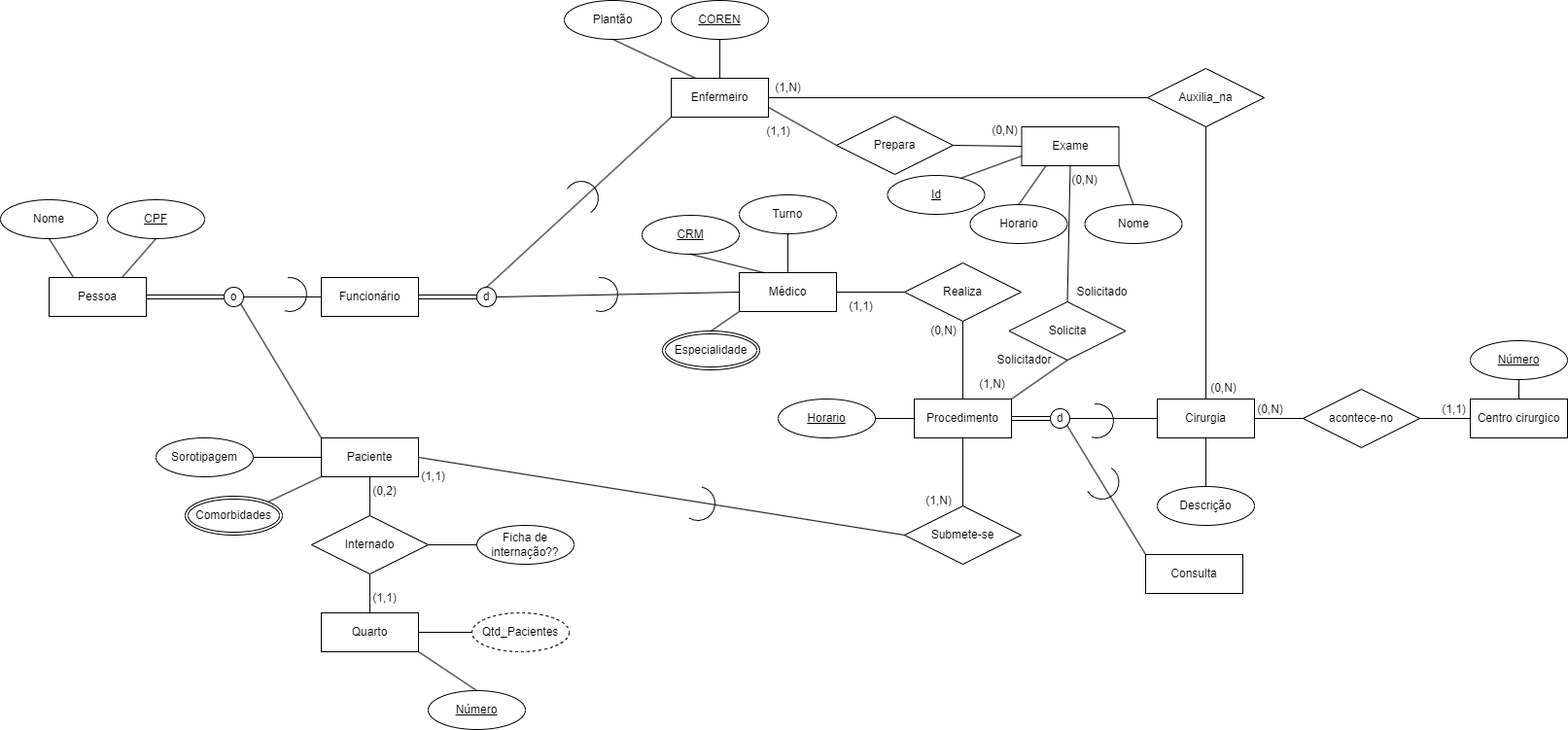
Before: DEER.drawio.png, a diagram exported from draw.io (Felipe256/BD1_Hospital). Source tidied: cells renumbered, new cells last; positions are measured from the earlier drawing's top-left corner, leaving out a move shared by most shapes.
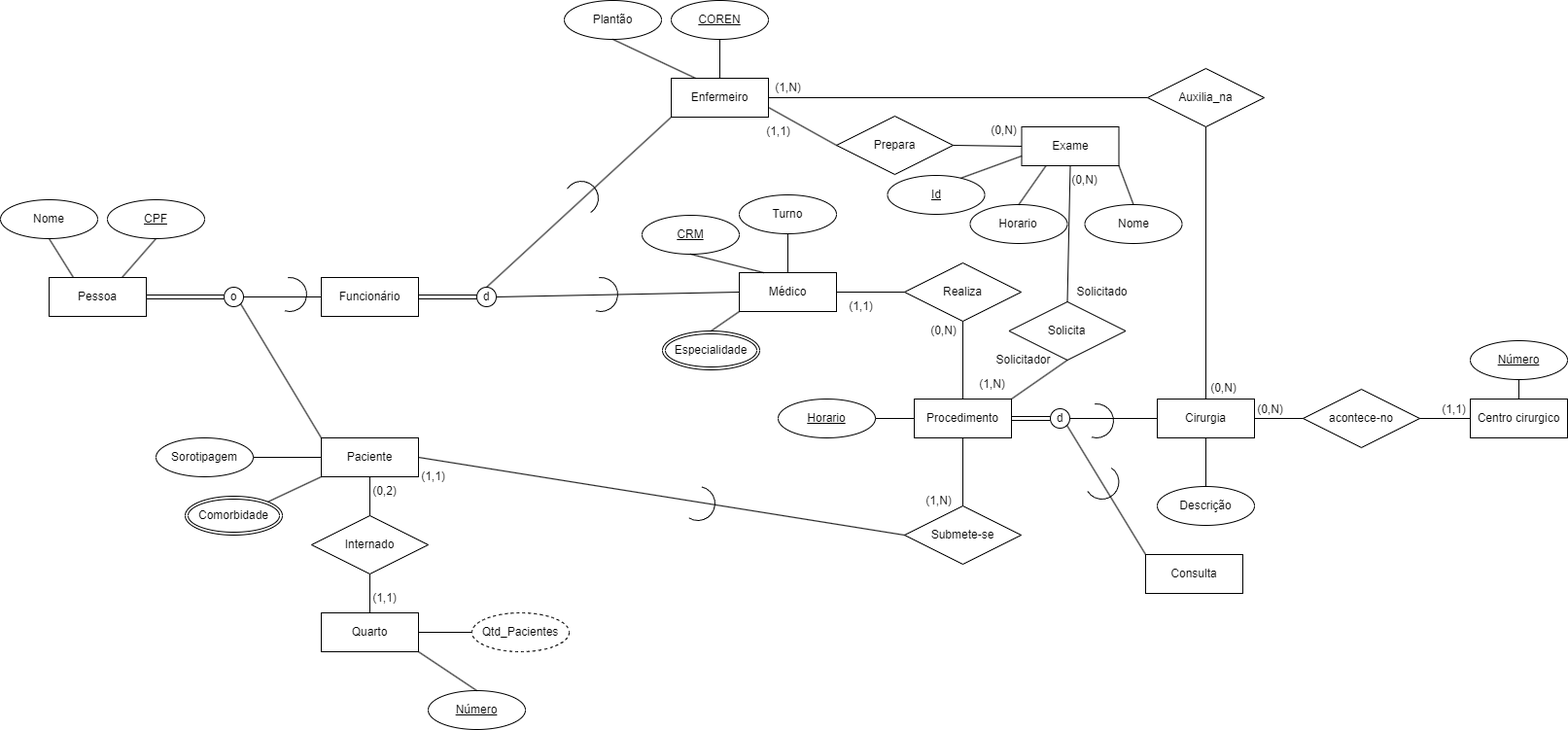
Above is the later version.

Diff of the diagram source:
```diff
@@ -269,7 +269,7 @@
     <mxCell id="90" value="(1,N)" style="text;html=1;align=center;verticalAlign=middle;strokeColor=none;fillColor=none;" parent="1" vertex="1">
       <mxGeometry x="785" y="75" width="50" height="30" as="geometry" />
     </mxCell>
-    <mxCell id="91" value="Comorbidades" style="ellipse;shape=doubleEllipse;margin=3;whiteSpace=wrap;html=1;align=center;" parent="1" vertex="1">
+    <mxCell id="91" value="Comorbidade" style="ellipse;shape=doubleEllipse;margin=3;whiteSpace=wrap;html=1;align=center;" parent="1" vertex="1">
       <mxGeometry x="190" y="510" width="100" height="40" as="geometry" />
     </mxCell>
     <mxCell id="92" style="endArrow=none;html=1;rounded=0;entryX=0;entryY=1;entryDx=0;entryDy=0;exitX=1;exitY=0;exitDx=0;exitDy=0;" parent="1" edge="1" source="91" target="4">
@@ -281,12 +281,6 @@
     <mxCell id="94" value="Solicitador" style="text;html=1;align=center;verticalAlign=middle;strokeColor=none;fillColor=none;" parent="1" vertex="1">
       <mxGeometry x="1012.5" y="355" width="80" height="30" as="geometry" />
     </mxCell>
-    <mxCell id="95" value="Ficha de internação??" style="ellipse;whiteSpace=wrap;html=1;align=center;" parent="1" vertex="1">
-      <mxGeometry x="490" y="540" width="100" height="40" as="geometry" />
-    </mxCell>
-    <mxCell id="96" style="endArrow=none;html=1;rounded=0;exitX=1;exitY=0.5;exitDx=0;exitDy=0;entryX=0;entryY=0.5;entryDx=0;entryDy=0;" parent="1" edge="1" source="22" target="95">
-      <mxGeometry relative="1" as="geometry" />
-    </mxCell>
     <mxCell id="97" value="Funcionário" style="whiteSpace=wrap;html=1;align=center;" parent="1" vertex="1">
       <mxGeometry x="330" y="285" width="100" height="40" as="geometry" />
     </mxCell>
```
